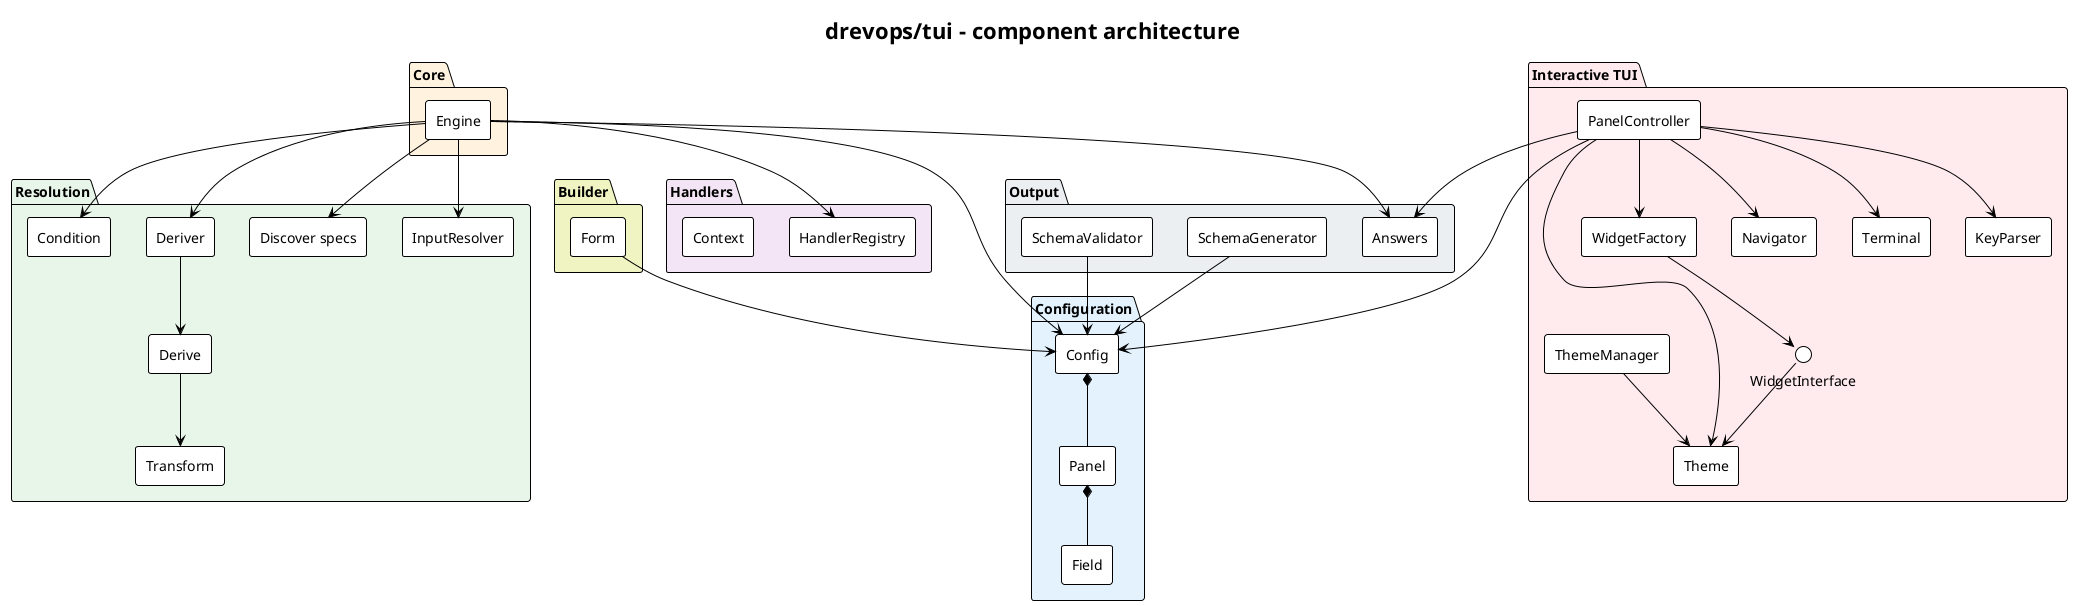
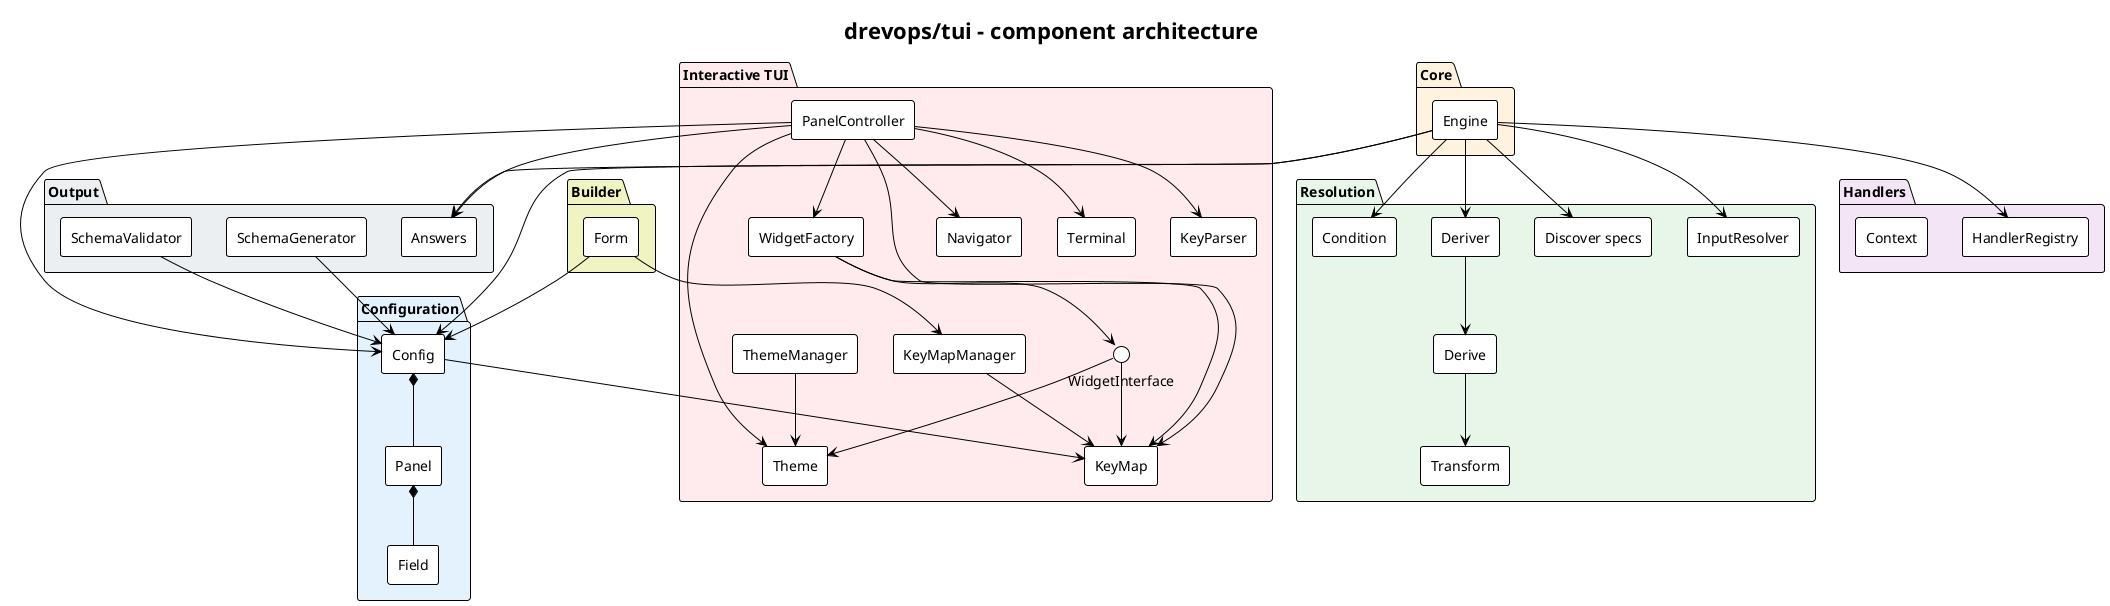
@startuml
' drevops/tui - component architecture.
' Packages mirror the src/ subdirectories; arrows show the main dependencies.
' Regenerate every SVG with:  plantuml -tsvg docs/architecture/*.puml
!theme plain
skinparam backgroundColor white
skinparam defaultFontName Helvetica
skinparam shadowing false
skinparam componentStyle rectangle
title drevops/tui - component architecture

package "Builder" #F0F4C3 {
  [Form]
}

package "Configuration" #E3F2FD {
  [Config]
  [Panel]
  [Field]
}

package "Core" #FFF3E0 {
  [Engine]
}

package "Resolution" #E8F5E9 {
  [InputResolver]
  [Discover specs]
  [Deriver]
  [Derive]
  [Transform]
  [Condition]
}

package "Handlers" #F3E5F5 {
  [HandlerRegistry]
  [Context]
}

package "Output" #ECEFF1 {
  [Answers]
  [SchemaGenerator]
  [SchemaValidator]
}

package "Interactive TUI" #FFEBEE {
  [PanelController]
  [ThemeManager]
  [Theme]
+   [KeyMapManager]
+   [KeyMap]
  [WidgetFactory]
  interface WidgetInterface
  [Navigator]
  [Terminal]
  [KeyParser]
}

[Form] --> [Config]
[Config] *-- [Panel]
[Panel] *-- [Field]

[Engine] --> [Config]
[Engine] --> [InputResolver]
[Engine] --> [Discover specs]
[Engine] --> [Deriver]
[Deriver] --> [Derive]
[Derive] --> [Transform]
[Engine] --> [Condition]
[Engine] --> [HandlerRegistry]
[Engine] --> [Answers]

[SchemaGenerator] --> [Config]
[SchemaValidator] --> [Config]

[PanelController] --> [Config]
[ThemeManager] --> [Theme]
[PanelController] --> [Theme]
+ [Form] --> [KeyMapManager]
+ [KeyMapManager] --> [KeyMap]
+ [Config] --> [KeyMap]
+ [PanelController] --> [KeyMap]
[PanelController] --> [WidgetFactory]
+ [WidgetFactory] --> [KeyMap]
[WidgetFactory] --> WidgetInterface
WidgetInterface --> [Theme]
+ WidgetInterface --> [KeyMap]
[PanelController] --> [Navigator]
[PanelController] --> [Terminal]
[PanelController] --> [KeyParser]
[PanelController] --> [Answers]
@enduml
